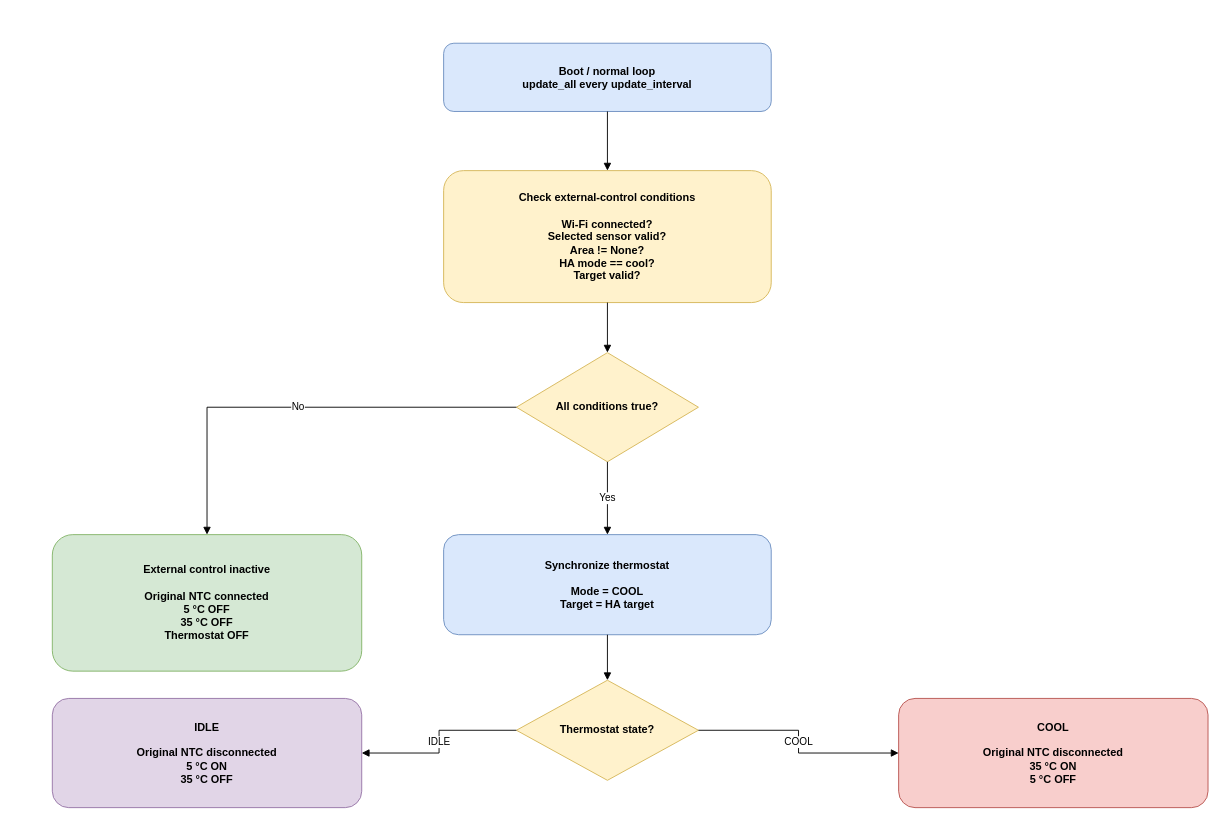
This is page "Control State" (2 of 3) of firmware/docs/firmware-diagrams.drawio from S1146468/ESP32-Airco-NTC-Spoofer, a draw.io file, before an edit. Source tidied: cells renumbered, new cells numbered last; positions are measured from the earlier drawing's top-left corner, leaving out a move shared by most shapes. Both pictures are drawn from the tidied source at 91%, with x=0, y=0 at pixel (52, 43).
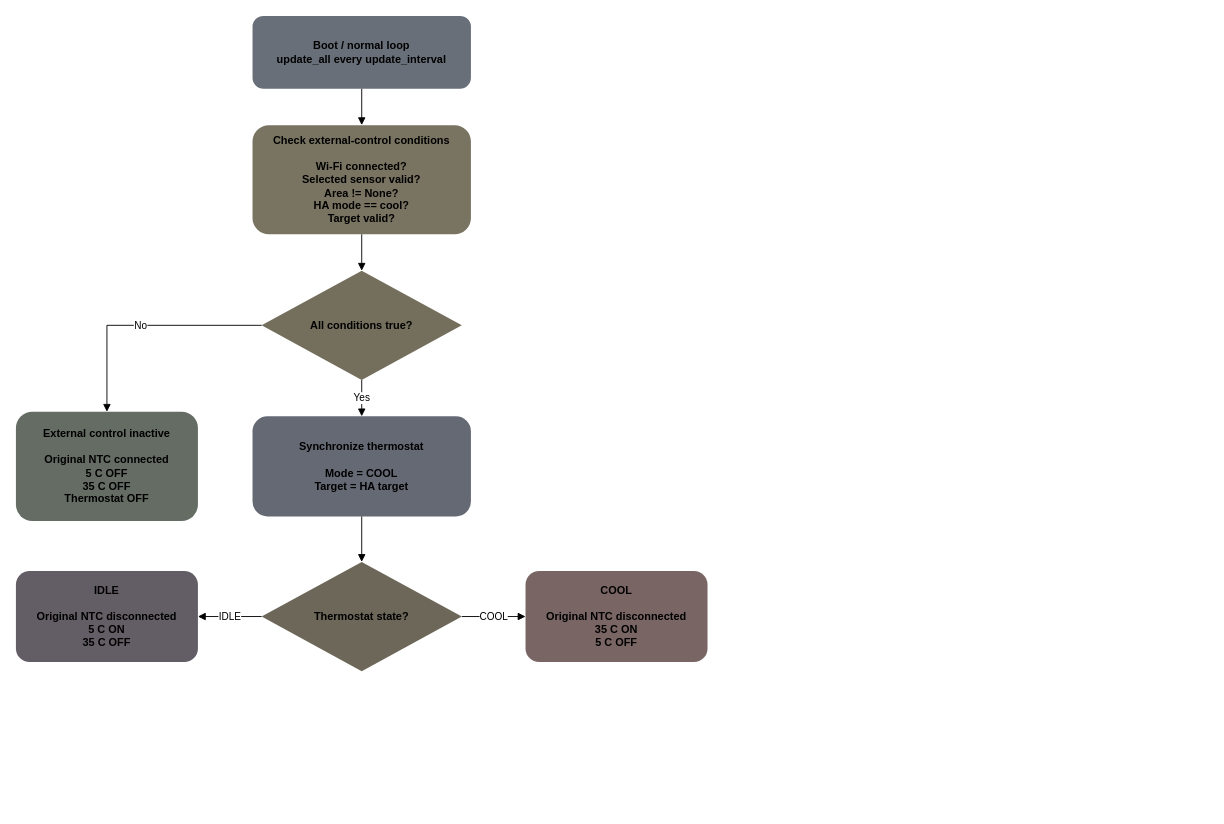
After the change.

The edit, as a diff of the source:
```diff
@@
 <mxGraphModel>
   <root>
     <mxCell id="0" />
     <mxCell id="1" parent="0" />
-    <mxCell id="2" value="Boot / normal loop&lt;br&gt;update_all every update_interval" style="rounded=1;whiteSpace=wrap;html=1;fillColor=#dae8fc;strokeColor=#6c8ebf;fontStyle=1;" parent="1" vertex="1">
-      <mxGeometry x="430" width="360" height="75" as="geometry" />
+    <mxCell id="2" value="Boot / normal loop&lt;br&gt;update_all every update_interval" style="rounded=1;whiteSpace=wrap;html=1;fillColor=#696F79;strokeColor=none;fontStyle=1;" parent="1" vertex="1">
+      <mxGeometry x="220" y="-30" width="240" height="80" as="geometry" />
     </mxCell>
-    <mxCell id="3" value="Check external-control conditions&lt;br&gt;&lt;br&gt;Wi-Fi connected?&lt;br&gt;Selected sensor valid?&lt;br&gt;Area != None?&lt;br&gt;HA mode == cool?&lt;br&gt;Target valid?" style="rounded=1;whiteSpace=wrap;html=1;fillColor=#fff2cc;strokeColor=#d6b656;fontStyle=1;" parent="1" vertex="1">
-      <mxGeometry x="430" y="140" width="360" height="145" as="geometry" />
+    <mxCell id="3" value="Check external-control conditions&lt;br&gt;&lt;br&gt;Wi-Fi connected?&lt;br&gt;Selected sensor valid?&lt;br&gt;Area != None?&lt;br&gt;HA mode == cool?&lt;br&gt;Target valid?" style="rounded=1;whiteSpace=wrap;html=1;fillColor=#797361;strokeColor=none;fontStyle=1;" parent="1" vertex="1">
+      <mxGeometry x="220" y="90" width="240" height="120" as="geometry" />
     </mxCell>
-    <mxCell id="4" value="All conditions true?" style="rhombus;whiteSpace=wrap;html=1;fillColor=#fff2cc;strokeColor=#d6b656;fontStyle=1;" parent="1" vertex="1">
-      <mxGeometry x="510" y="340" width="200" height="120" as="geometry" />
+    <mxCell id="4" value="All conditions true?" style="rhombus;whiteSpace=wrap;html=1;fillColor=#746E5D;strokeColor=none;fontStyle=1;" parent="1" vertex="1">
+      <mxGeometry x="230" y="250" width="220" height="120" as="geometry" />
     </mxCell>
-    <mxCell id="5" value="External control inactive&lt;br&gt;&lt;br&gt;Original NTC connected&lt;br&gt;5 °C OFF&lt;br&gt;35 °C OFF&lt;br&gt;Thermostat OFF" style="rounded=1;whiteSpace=wrap;html=1;fillColor=#d5e8d4;strokeColor=#82b366;fontStyle=1;" parent="1" vertex="1">
-      <mxGeometry y="540" width="340" height="150" as="geometry" />
+    <mxCell id="5" value="External control inactive&lt;br&gt;&lt;br&gt;Original NTC connected&lt;br&gt;5 C OFF&lt;br&gt;35 C OFF&lt;br&gt;Thermostat OFF" style="rounded=1;whiteSpace=wrap;html=1;fillColor=#646C64;strokeColor=none;fontStyle=1;gradientColor=none;" parent="1" vertex="1">
+      <mxGeometry x="-40" y="405" width="200" height="120" as="geometry" />
     </mxCell>
-    <mxCell id="6" value="Synchronize thermostat&lt;br&gt;&lt;br&gt;Mode = COOL&lt;br&gt;Target = HA target" style="rounded=1;whiteSpace=wrap;html=1;fillColor=#dae8fc;strokeColor=#6c8ebf;fontStyle=1;" parent="1" vertex="1">
-      <mxGeometry x="430" y="540" width="360" height="110" as="geometry" />
+    <mxCell id="6" value="Synchronize thermostat&lt;br&gt;&lt;br&gt;Mode = COOL&lt;br&gt;Target = HA target" style="rounded=1;whiteSpace=wrap;html=1;fillColor=#646974;strokeColor=none;fontStyle=1;" parent="1" vertex="1">
+      <mxGeometry x="220" y="410" width="240" height="110" as="geometry" />
     </mxCell>
-    <mxCell id="7" value="Thermostat state?" style="rhombus;whiteSpace=wrap;html=1;fillColor=#fff2cc;strokeColor=#d6b656;fontStyle=1;" parent="1" vertex="1">
-      <mxGeometry x="510" y="700" width="200" height="110" as="geometry" />
+    <mxCell id="7" value="Thermostat state?" style="rhombus;whiteSpace=wrap;html=1;fillColor=#6C6758;strokeColor=none;fontStyle=1;" parent="1" vertex="1">
+      <mxGeometry x="230" y="570" width="220" height="120" as="geometry" />
     </mxCell>
-    <mxCell id="8" value="IDLE&lt;br&gt;&lt;br&gt;Original NTC disconnected&lt;br&gt;5 °C ON&lt;br&gt;35 °C OFF" style="rounded=1;whiteSpace=wrap;html=1;fillColor=#e1d5e7;strokeColor=#9673a6;fontStyle=1;" parent="1" vertex="1">
-      <mxGeometry y="720" width="340" height="120" as="geometry" />
+    <mxCell id="8" value="IDLE&lt;br&gt;&lt;br&gt;Original NTC disconnected&lt;br&gt;5 C ON&lt;br&gt;35 C OFF" style="rounded=1;whiteSpace=wrap;html=1;fillColor=#635E65;strokeColor=none;fontStyle=1;" parent="1" vertex="1">
+      <mxGeometry x="-40" y="580" width="200" height="100" as="geometry" />
     </mxCell>
-    <mxCell id="9" value="COOL&lt;br&gt;&lt;br&gt;Original NTC disconnected&lt;br&gt;35 °C ON&lt;br&gt;5 °C OFF" style="rounded=1;whiteSpace=wrap;html=1;fillColor=#f8cecc;strokeColor=#b85450;fontStyle=1;" parent="1" vertex="1">
-      <mxGeometry x="930" y="720" width="340" height="120" as="geometry" />
+    <mxCell id="9" value="COOL&lt;br&gt;&lt;br&gt;Original NTC disconnected&lt;br&gt;35 C ON&lt;br&gt;5 C OFF" style="rounded=1;whiteSpace=wrap;html=1;fillColor=#796564;strokeColor=none;fontStyle=1;" parent="1" vertex="1">
+      <mxGeometry x="520" y="580" width="200" height="100" as="geometry" />
     </mxCell>
-    <mxCell id="10" style="edgeStyle=orthogonalEdgeStyle;rounded=0;jettySize=auto;html=1;endArrow=block;endFill=1;" parent="1" edge="1" source="2" target="3">
+    <mxCell id="10" style="edgeStyle=orthogonalEdgeStyle;rounded=0;jettySize=auto;html=1;endArrow=block;endFill=1;strokeColor=default;" parent="1" edge="1" source="2" target="3">
       <mxGeometry relative="1" as="geometry" />
     </mxCell>
-    <mxCell id="11" style="edgeStyle=orthogonalEdgeStyle;rounded=0;jettySize=auto;html=1;endArrow=block;endFill=1;" parent="1" edge="1" source="3" target="4">
+    <mxCell id="11" style="edgeStyle=orthogonalEdgeStyle;rounded=0;jettySize=auto;html=1;endArrow=block;endFill=1;strokeColor=default;" parent="1" edge="1" source="3" target="4">
       <mxGeometry relative="1" as="geometry" />
     </mxCell>
-    <mxCell id="12" value="No" style="edgeStyle=orthogonalEdgeStyle;rounded=0;jettySize=auto;html=1;endArrow=block;endFill=1;" parent="1" edge="1" source="4" target="5">
+    <mxCell id="12" value="No" style="edgeStyle=orthogonalEdgeStyle;rounded=0;jettySize=auto;html=1;endArrow=block;endFill=1;strokeColor=default;" parent="1" edge="1" source="4" target="5">
       <mxGeometry relative="1" as="geometry" />
     </mxCell>
-    <mxCell id="13" value="Yes" style="edgeStyle=orthogonalEdgeStyle;rounded=0;jettySize=auto;html=1;endArrow=block;endFill=1;" parent="1" edge="1" source="4" target="6">
+    <mxCell id="13" value="Yes" style="edgeStyle=orthogonalEdgeStyle;rounded=0;jettySize=auto;html=1;endArrow=block;endFill=1;strokeColor=default;" parent="1" edge="1" source="4" target="6">
       <mxGeometry relative="1" as="geometry" />
     </mxCell>
-    <mxCell id="14" style="edgeStyle=orthogonalEdgeStyle;rounded=0;jettySize=auto;html=1;endArrow=block;endFill=1;" parent="1" edge="1" source="6" target="7">
+    <mxCell id="14" style="edgeStyle=orthogonalEdgeStyle;rounded=0;jettySize=auto;html=1;endArrow=block;endFill=1;strokeColor=default;" parent="1" edge="1" source="6" target="7">
       <mxGeometry relative="1" as="geometry" />
     </mxCell>
-    <mxCell id="15" value="IDLE" style="edgeStyle=orthogonalEdgeStyle;rounded=0;jettySize=auto;html=1;endArrow=block;endFill=1;" parent="1" edge="1" source="7" target="8">
+    <mxCell id="15" value="IDLE" style="edgeStyle=orthogonalEdgeStyle;rounded=0;jettySize=auto;html=1;endArrow=block;endFill=1;strokeColor=default;" parent="1" edge="1" source="7" target="8">
       <mxGeometry relative="1" as="geometry" />
     </mxCell>
-    <mxCell id="16" value="COOL" style="edgeStyle=orthogonalEdgeStyle;rounded=0;jettySize=auto;html=1;endArrow=block;endFill=1;" parent="1" edge="1" source="7" target="9">
+    <mxCell id="16" value="COOL" style="edgeStyle=orthogonalEdgeStyle;rounded=0;jettySize=auto;html=1;endArrow=block;endFill=1;strokeColor=default;" parent="1" edge="1" source="7" target="9">
       <mxGeometry relative="1" as="geometry" />
     </mxCell>
   </root>
 </mxGraphModel>
```
